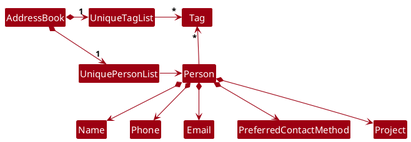
This is docs/images/BetterModelClassDiagram.png from FadhilPM/tp, a PlantUML export, as it was before one commit.
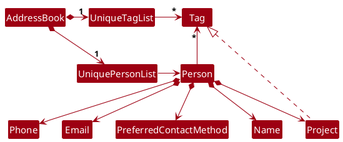
Later version of the same file.

Commit message:
Update uml diagrams to reflect class structure

What changed in the source:
```diff
@@ -19,4 +19,6 @@
 Person *--> Email
 Person *--> PreferredContactMethod
 Person *--> Project
+
+Project .up.|> Tag
 @enduml
```
